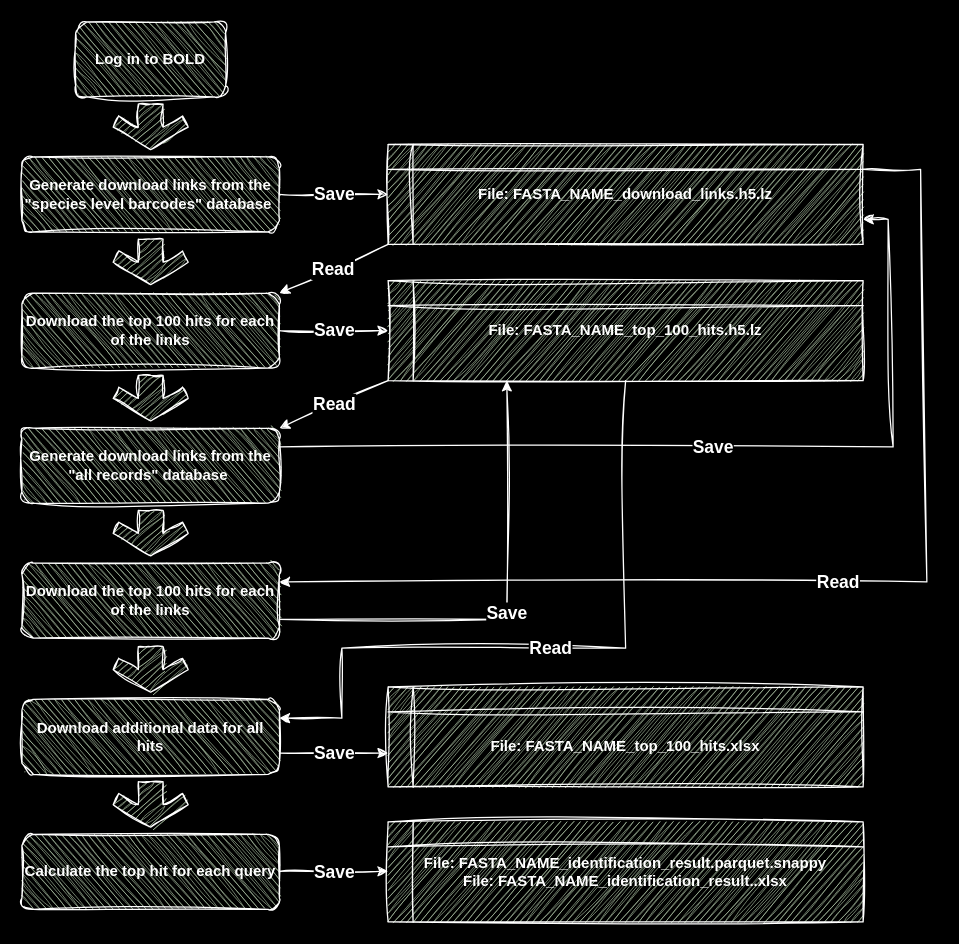
This is how_it_works.drawio from DominikBuchner/BOLDigger2, a draw.io file, before an edit. Source tidied: cells renumbered, new cells numbered last; positions are measured from the earlier drawing's top-left corner, leaving out a move shared by most shapes. Both pictures are drawn from the tidied source at 125%, with x=0, y=0 at pixel (21, 21).
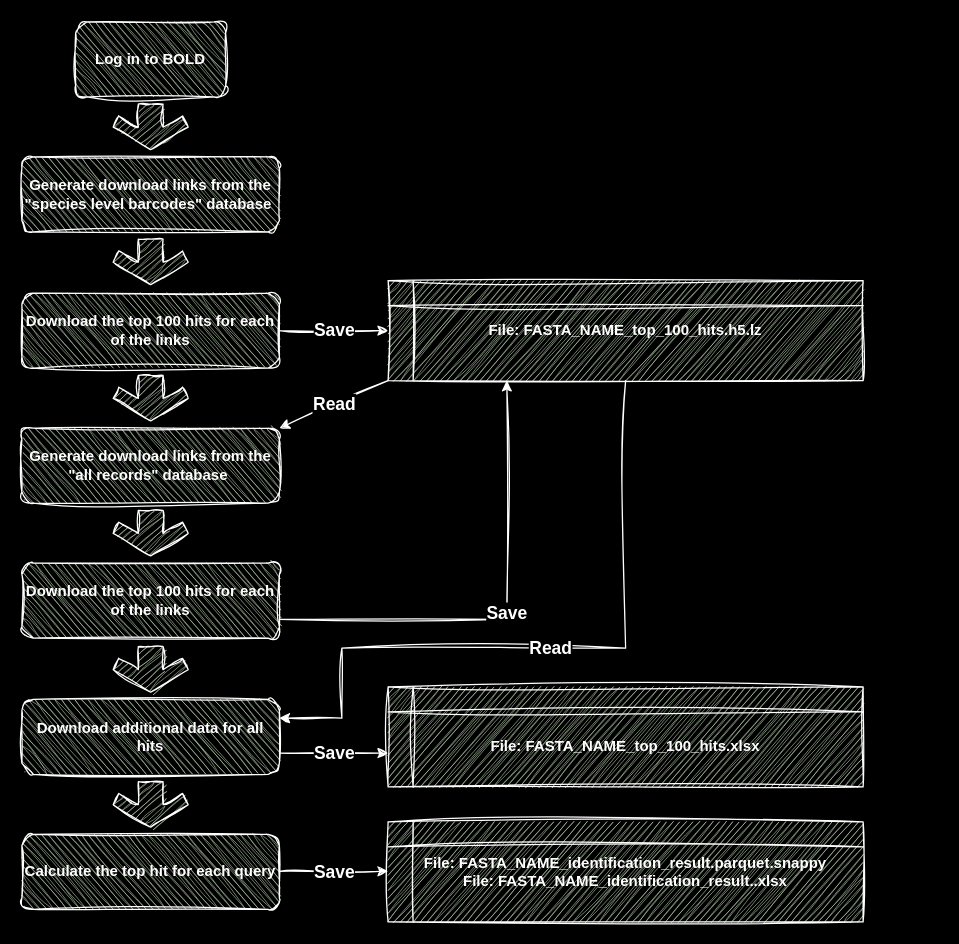
The same diagram, later.

Unchanged cells that the change refers to:
```xml
<mxCell id="3" value="&lt;b&gt;&lt;font color=&quot;#ffffff&quot;&gt;Generate download links from the &quot;species level barcodes&quot; database&amp;nbsp;&lt;/font&gt;&lt;/b&gt;" style="rounded=1;whiteSpace=wrap;html=1;flipV=1;labelBackgroundColor=none;fillColor=#B2C9AB;strokeColor=#ffffff;fontColor=#000000;sketch=1;curveFitting=1;jiggle=2;" parent="1" vertex="1">
  <mxGeometry y="108" width="206" height="60" as="geometry" />
</mxCell>
<mxCell id="4" value="&lt;b&gt;&lt;font color=&quot;#ffffff&quot;&gt;Download the top 100 hits for each of the links&lt;/font&gt;&lt;/b&gt;" style="rounded=1;whiteSpace=wrap;html=1;flipV=1;labelBackgroundColor=none;fillColor=#B2C9AB;strokeColor=#ffffff;fontColor=#000000;sketch=1;curveFitting=1;jiggle=2;" parent="1" vertex="1">
  <mxGeometry y="217" width="206" height="60" as="geometry" />
</mxCell>
<mxCell id="9" value="&lt;b&gt;&lt;font color=&quot;#ffffff&quot;&gt;Generate download links from the &quot;all records&quot; database&amp;nbsp;&lt;/font&gt;&lt;/b&gt;" style="rounded=1;whiteSpace=wrap;html=1;flipV=1;labelBackgroundColor=none;fillColor=#B2C9AB;strokeColor=#ffffff;fontColor=#000000;sketch=1;curveFitting=1;jiggle=2;" parent="1" vertex="1">
  <mxGeometry y="325" width="206" height="60" as="geometry" />
</mxCell>
<mxCell id="11" value="&lt;b&gt;&lt;font color=&quot;#ffffff&quot;&gt;Download the top 100 hits for each of the links&lt;/font&gt;&lt;/b&gt;" style="rounded=1;whiteSpace=wrap;html=1;flipV=1;labelBackgroundColor=none;fillColor=#B2C9AB;strokeColor=#ffffff;fontColor=#000000;sketch=1;curveFitting=1;jiggle=2;" parent="1" vertex="1">
  <mxGeometry y="433" width="206" height="60" as="geometry" />
</mxCell>
```

What changed in the source:
```diff
@@
-    <mxCell id="5" value="&lt;b&gt;&lt;font color=&quot;#ffffff&quot;&gt;File: FASTA_NAME_download_links.h5.lz&lt;/font&gt;&lt;/b&gt;" style="shape=internalStorage;whiteSpace=wrap;html=1;backgroundOutline=1;labelBackgroundColor=none;fillColor=#B2C9AB;strokeColor=#FFFFFF;fontColor=#000000;sketch=1;curveFitting=1;jiggle=2;" parent="1" vertex="1">
-      <mxGeometry x="293" y="98" width="380" height="80" as="geometry" />
-    </mxCell>
@@
-    <mxCell id="19" value="Save" style="endArrow=classic;html=1;rounded=0;strokeColor=#ffffff;labelBackgroundColor=#000000;fontColor=#FFFFFF;fontSize=14;fontStyle=1;sketch=1;curveFitting=1;jiggle=2;exitX=1;exitY=0.5;exitDx=0;exitDy=0;entryX=0;entryY=0.5;entryDx=0;entryDy=0;" parent="1" edge="1" source="3" target="5">
-      <mxGeometry relative="1" as="geometry" />
-    </mxCell>
-    <mxCell id="20" value="Read" style="endArrow=classic;html=1;rounded=0;strokeColor=#ffffff;labelBackgroundColor=#000000;fontColor=#FFFFFF;fontSize=14;fontStyle=1;sketch=1;curveFitting=1;jiggle=2;entryX=1;entryY=0;entryDx=0;entryDy=0;exitX=0;exitY=1;exitDx=0;exitDy=0;" parent="1" edge="1" source="5" target="4">
-      <mxGeometry relative="1" as="geometry" />
-    </mxCell>
@@
-    <mxCell id="23" value="Save" style="endArrow=classic;html=1;rounded=0;strokeColor=#ffffff;labelBackgroundColor=#000000;fontColor=#FFFFFF;fontSize=14;fontStyle=1;sketch=1;curveFitting=1;jiggle=2;exitX=1;exitY=0.25;exitDx=0;exitDy=0;entryX=1;entryY=0.75;entryDx=0;entryDy=0;" parent="1" edge="1" source="9" target="5">
-      <mxGeometry relative="1" as="geometry">
-        <Array as="points">
-          <mxPoint x="697" y="340" />
-          <mxPoint x="693" y="158" />
-        </Array>
-      </mxGeometry>
-    </mxCell>
-    <mxCell id="24" value="Read" style="endArrow=classic;html=1;rounded=0;strokeColor=#ffffff;labelBackgroundColor=#000000;fontColor=#FFFFFF;fontSize=14;fontStyle=1;sketch=1;curveFitting=1;jiggle=2;entryX=1;entryY=0.25;entryDx=0;entryDy=0;exitX=1;exitY=0.25;exitDx=0;exitDy=0;" parent="1" edge="1" source="5" target="11">
-      <mxGeometry relative="1" as="geometry">
-        <Array as="points">
-          <mxPoint x="719" y="118" />
-          <mxPoint x="724" y="448" />
-        </Array>
-      </mxGeometry>
-    </mxCell>
```
